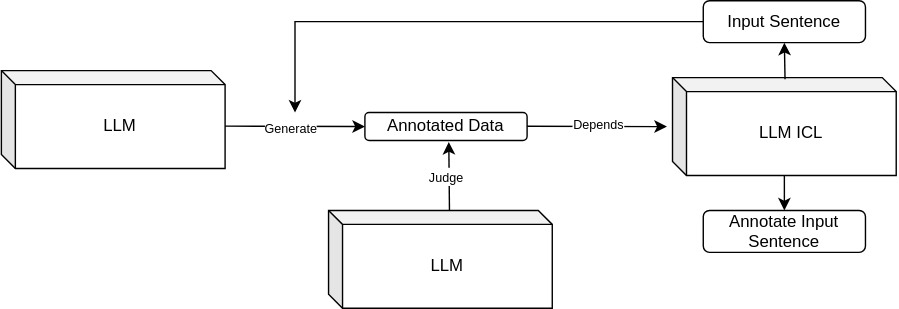
This is thesis_flow.drawio.svg from sara-kaczmarek/LLMB4ABSC, a draw.io export, as it was before one commit. Source tidied: cells renumbered, new cells last; positions are measured from the earlier drawing's top-left corner, leaving out a move shared by most shapes.
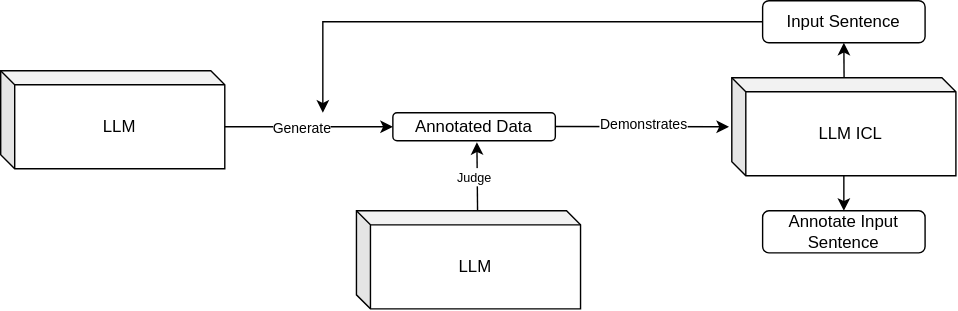
After the commit.

Change to the diagram source:
```diff
@@ -3,17 +3,15 @@
     <mxCell id="0" />
     <mxCell id="1" parent="0" />
     <mxCell id="2" value="LLM" style="shape=cube;whiteSpace=wrap;html=1;boundedLbl=1;backgroundOutline=1;darkOpacity=0.05;darkOpacity2=0.1;size=10;" parent="1" vertex="1">
-      <mxGeometry y="50" width="160" height="70" as="geometry" />
+      <mxGeometry x="-20" y="50" width="160" height="70" as="geometry" />
     </mxCell>
     <mxCell id="3" value="Annotated Data" style="rounded=1;whiteSpace=wrap;html=1;" parent="1" vertex="1">
       <mxGeometry x="260" y="80" width="116" height="20" as="geometry" />
     </mxCell>
-    <mxCell id="4" style="endArrow=classic;html=1;rounded=0;entryX=0;entryY=0.5;entryDx=0;entryDy=0;" parent="1" edge="1" target="3">
-      <mxGeometry relative="1" as="geometry">
-        <mxPoint x="160" y="89.7" as="sourcePoint" />
-      </mxGeometry>
+    <mxCell id="4" style="endArrow=classic;html=1;rounded=0;entryX=0;entryY=0.5;entryDx=0;entryDy=0;exitX=0;exitY=0;exitDx=160;exitDy=40;exitPerimeter=0;" parent="1" edge="1" source="2" target="3">
+      <mxGeometry relative="1" as="geometry" />
     </mxCell>
-    <mxCell id="5" value="&lt;font style=&quot;font-size: 9px;&quot;&gt;Generate&lt;/font&gt;" style="edgeLabel;html=1;align=center;verticalAlign=middle;" parent="4" vertex="1">
+    <mxCell id="5" value="&lt;font style=&quot;font-size: 10px;&quot;&gt;Generate&lt;/font&gt;" style="edgeLabel;html=1;align=center;verticalAlign=middle;" parent="4" vertex="1">
       <mxGeometry x="-0.08" y="-1" relative="1" as="geometry" />
     </mxCell>
     <mxCell id="6" value="LLM" style="shape=cube;whiteSpace=wrap;html=1;boundedLbl=1;backgroundOutline=1;darkOpacity=0.05;darkOpacity2=0.1;size=10;" parent="1" vertex="1">
@@ -29,29 +27,29 @@
       <mxGeometry x="-0.01" y="3" relative="1" as="geometry" />
     </mxCell>
     <mxCell id="9" value="LLM ICL" style="shape=cube;whiteSpace=wrap;html=1;boundedLbl=1;backgroundOutline=1;darkOpacity=0.05;darkOpacity2=0.1;size=10;" parent="1" vertex="1">
-      <mxGeometry x="480" y="55" width="160" height="70" as="geometry" />
+      <mxGeometry x="502" y="55" width="160" height="70" as="geometry" />
     </mxCell>
-    <mxCell id="10" style="endArrow=classic;html=1;rounded=0;entryX=0;entryY=0.5;entryDx=0;entryDy=0;" parent="1" edge="1">
+    <mxCell id="10" style="endArrow=classic;html=1;rounded=0;" parent="1" edge="1">
       <mxGeometry relative="1" as="geometry">
         <mxPoint x="376" y="89.8" as="sourcePoint" />
-        <mxPoint x="476" y="90.1" as="targetPoint" />
+        <mxPoint x="500" y="90" as="targetPoint" />
       </mxGeometry>
     </mxCell>
-    <mxCell id="11" value="&lt;font style=&quot;font-size: 9px;&quot;&gt;Depends&lt;/font&gt;" style="edgeLabel;html=1;align=center;verticalAlign=middle;" parent="10" vertex="1">
+    <mxCell id="11" value="&lt;font style=&quot;font-size: 10px;&quot;&gt;Demonstrates&lt;/font&gt;" style="edgeLabel;html=1;align=center;verticalAlign=middle;" parent="10" vertex="1">
       <mxGeometry x="0.01" y="2" relative="1" as="geometry" />
     </mxCell>
     <mxCell id="12" value="Annotate Input Sentence" style="rounded=1;whiteSpace=wrap;html=1;" parent="1" vertex="1">
-      <mxGeometry x="502" y="150" width="116" height="30" as="geometry" />
+      <mxGeometry x="524" y="150" width="116" height="30" as="geometry" />
     </mxCell>
     <mxCell id="13" value="Input Sentence" style="rounded=1;whiteSpace=wrap;html=1;" parent="1" vertex="1">
-      <mxGeometry x="502" width="116" height="30" as="geometry" />
+      <mxGeometry x="524" width="116" height="30" as="geometry" />
     </mxCell>
     <mxCell id="14" style="endArrow=classic;html=1;rounded=0;entryX=0.5;entryY=0;entryDx=0;entryDy=0;" parent="1" edge="1" target="12">
       <mxGeometry relative="1" as="geometry">
-        <mxPoint x="560" y="125" as="sourcePoint" />
+        <mxPoint x="582" y="125" as="sourcePoint" />
       </mxGeometry>
     </mxCell>
-    <mxCell id="15" style="endArrow=classic;html=1;rounded=0;exitX=0.503;exitY=0.017;exitDx=0;exitDy=0;exitPerimeter=0;entryX=0.5;entryY=1;entryDx=0;entryDy=0;" parent="1" edge="1" source="9" target="13">
+    <mxCell id="15" style="endArrow=classic;html=1;rounded=0;entryX=0.5;entryY=1;entryDx=0;entryDy=0;exitX=0.501;exitY=-0.007;exitDx=0;exitDy=0;exitPerimeter=0;" parent="1" edge="1" source="9" target="13">
       <mxGeometry relative="1" as="geometry" />
     </mxCell>
     <mxCell id="16" style="endArrow=classic;html=1;rounded=0;exitX=0;exitY=0.5;exitDx=0;exitDy=0;" parent="1" edge="1" source="13">
```
